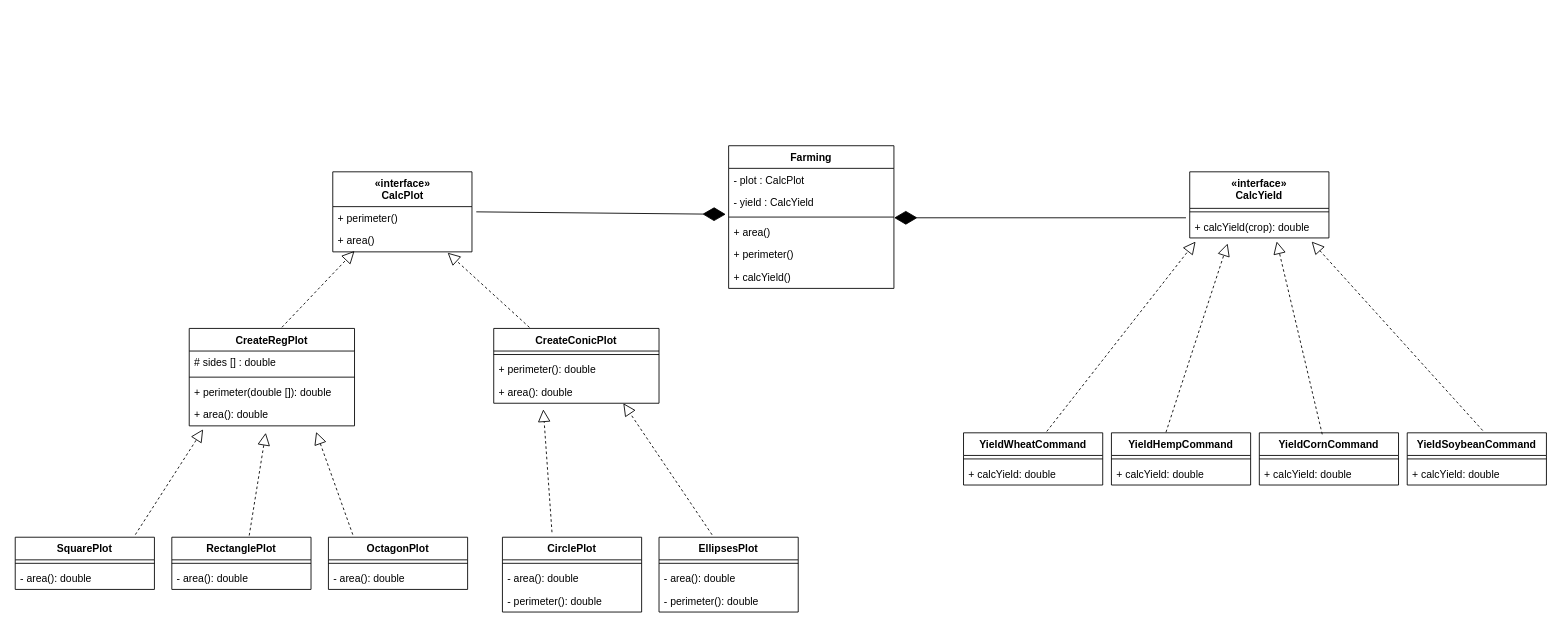
Earlier version of the draw.io diagram Farming.drawio (aulo/CISC210Draw). Source tidied: cells renumbered, new cells numbered last; positions are measured from the earlier drawing's top-left corner, leaving out a move shared by most shapes. Both pictures are drawn from the tidied source at 87%, with x=0, y=0 at pixel (15, 145).
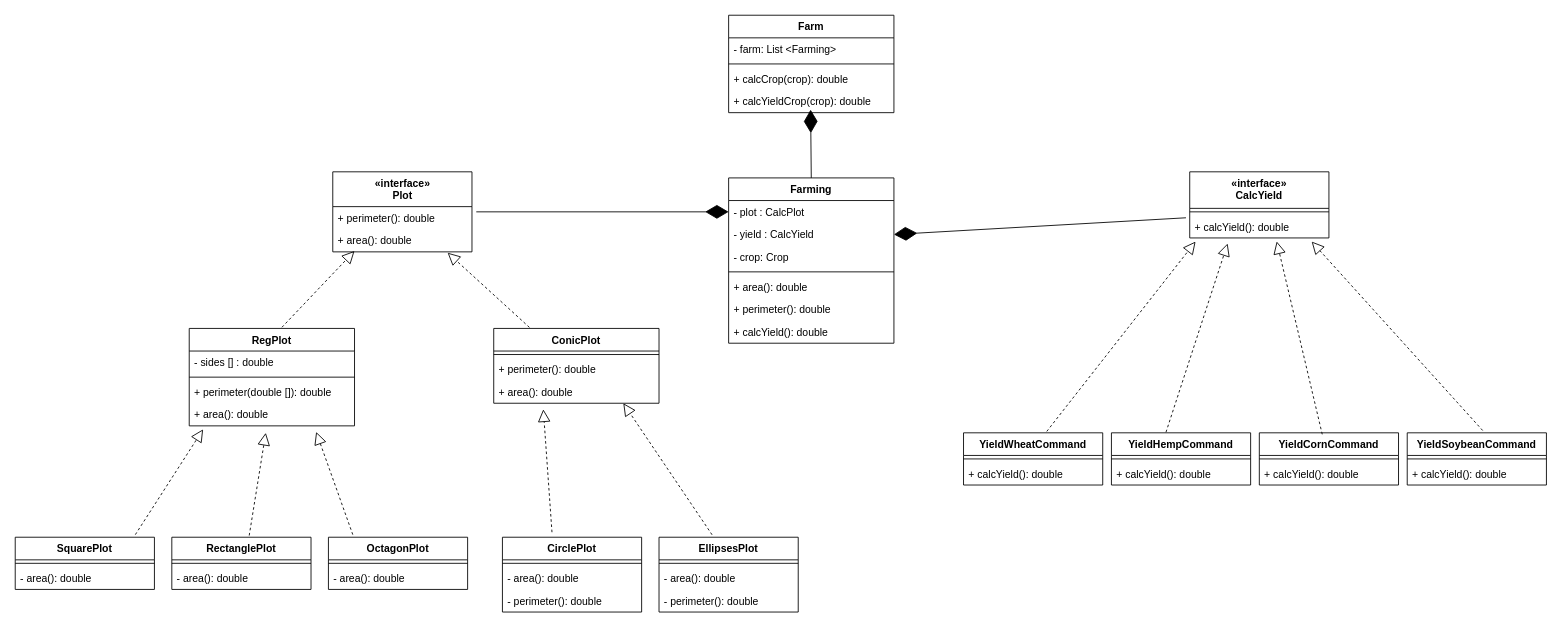
Above is the later version.

Unchanged cells that the change refers to:
```xml
<mxCell id="10" value="«interface»&#10;CalcYield" style="swimlane;fontStyle=1;align=center;verticalAlign=top;horizontal=1;startSize=42;" parent="1" vertex="1">
  <mxGeometry x="1350" y="30" width="160" height="76" as="geometry" />
</mxCell>
<mxCell id="41" value="YieldSoybeanCommand" style="swimlane;fontStyle=1;align=center;verticalAlign=top;horizontal=1;startSize=26;" parent="1" vertex="1">
  <mxGeometry x="1600" y="330" width="160" height="60" as="geometry" />
</mxCell>
<mxCell id="44" value="YieldCornCommand" style="swimlane;fontStyle=1;align=center;verticalAlign=top;horizontal=1;startSize=26;" parent="1" vertex="1">
  <mxGeometry x="1430" y="330" width="160" height="60" as="geometry" />
</mxCell>
<mxCell id="47" value="YieldHempCommand" style="swimlane;fontStyle=1;align=center;verticalAlign=top;horizontal=1;startSize=26;" parent="1" vertex="1">
  <mxGeometry x="1260" y="330" width="160" height="60" as="geometry" />
</mxCell>
<mxCell id="50" value="YieldWheatCommand" style="swimlane;fontStyle=1;align=center;verticalAlign=top;horizontal=1;startSize=26;" parent="1" vertex="1">
  <mxGeometry x="1090" y="330" width="160" height="60" as="geometry" />
</mxCell>
<mxCell id="58" value="- plot : CalcPlot" style="text;strokeColor=none;fillColor=none;align=left;verticalAlign=top;spacingLeft=4;spacingRight=4;overflow=hidden;points=[[0,0.5],[1,0.5]];portConstraint=eastwest;" parent="57" vertex="1">
  <mxGeometry y="26" width="190" height="26" as="geometry" />
</mxCell>
<mxCell id="59" value="- yield : CalcYield" style="text;strokeColor=none;fillColor=none;align=left;verticalAlign=top;spacingLeft=4;spacingRight=4;overflow=hidden;points=[[0,0.5],[1,0.5]];portConstraint=eastwest;" parent="57" vertex="1">
  <mxGeometry y="52" width="190" height="26" as="geometry" />
</mxCell>
```

What changed in the source:
```diff
@@
-    <mxCell id="2" value="«interface»&lt;br&gt;&lt;b&gt;CalcPlot&lt;/b&gt;" style="swimlane;fontStyle=1;align=center;verticalAlign=top;horizontal=1;startSize=40;html=1;swimlaneLine=1;" parent="1" vertex="1">
+    <mxCell id="2" value="«interface»&lt;br&gt;&lt;b&gt;Plot&lt;/b&gt;" style="swimlane;fontStyle=1;align=center;verticalAlign=top;horizontal=1;startSize=40;html=1;swimlaneLine=1;" parent="1" vertex="1">
       <mxGeometry x="365" y="30" width="160" height="92" as="geometry" />
     </mxCell>
-    <mxCell id="3" value="+ perimeter()" style="text;strokeColor=none;fillColor=none;align=left;verticalAlign=top;spacingLeft=4;spacingRight=4;overflow=hidden;points=[[0,0.5],[1,0.5]];portConstraint=eastwest;" parent="2" vertex="1">
+    <mxCell id="3" value="+ perimeter(): double" style="text;strokeColor=none;fillColor=none;align=left;verticalAlign=top;spacingLeft=4;spacingRight=4;overflow=hidden;points=[[0,0.5],[1,0.5]];portConstraint=eastwest;" parent="2" vertex="1">
       <mxGeometry y="40" width="160" height="26" as="geometry" />
     </mxCell>
-    <mxCell id="4" value="+ area()" style="text;strokeColor=none;fillColor=none;align=left;verticalAlign=top;spacingLeft=4;spacingRight=4;overflow=hidden;points=[[0,0.5],[1,0.5]];portConstraint=eastwest;" parent="2" vertex="1">
+    <mxCell id="4" value="+ area(): double" style="text;strokeColor=none;fillColor=none;align=left;verticalAlign=top;spacingLeft=4;spacingRight=4;overflow=hidden;points=[[0,0.5],[1,0.5]];portConstraint=eastwest;" parent="2" vertex="1">
       <mxGeometry y="66" width="160" height="26" as="geometry" />
     </mxCell>
-    <mxCell id="5" value="CreateRegPlot" style="swimlane;fontStyle=1;align=center;verticalAlign=top;horizontal=1;startSize=26;" parent="1" vertex="1">
+    <mxCell id="5" value="RegPlot" style="swimlane;fontStyle=1;align=center;verticalAlign=top;horizontal=1;startSize=26;" parent="1" vertex="1">
       <mxGeometry x="200" y="210" width="190" height="112" as="geometry" />
     </mxCell>
-    <mxCell id="6" value="# sides [] : double" style="text;strokeColor=none;fillColor=none;align=left;verticalAlign=top;spacingLeft=4;spacingRight=4;overflow=hidden;" parent="5" vertex="1">
+    <mxCell id="6" value="- sides [] : double" style="text;strokeColor=none;fillColor=none;align=left;verticalAlign=top;spacingLeft=4;spacingRight=4;overflow=hidden;" parent="5" vertex="1">
       <mxGeometry y="26" width="190" height="26" as="geometry" />
     </mxCell>
@@
-    <mxCell id="12" value="+ calcYield(crop): double" style="text;strokeColor=none;fillColor=none;align=left;verticalAlign=top;spacingLeft=4;spacingRight=4;overflow=hidden;points=[[0,0.5],[1,0.5]];portConstraint=eastwest;" parent="10" vertex="1">
+    <mxCell id="12" value="+ calcYield(): double" style="text;strokeColor=none;fillColor=none;align=left;verticalAlign=top;spacingLeft=4;spacingRight=4;overflow=hidden;points=[[0,0.5],[1,0.5]];portConstraint=eastwest;" parent="10" vertex="1">
       <mxGeometry y="50" width="160" height="26" as="geometry" />
     </mxCell>
@@
-    <mxCell id="31" value="CreateConicPlot" style="swimlane;fontStyle=1;align=center;verticalAlign=top;horizontal=1;startSize=26;" parent="1" vertex="1">
+    <mxCell id="31" value="ConicPlot" style="swimlane;fontStyle=1;align=center;verticalAlign=top;horizontal=1;startSize=26;" parent="1" vertex="1">
       <mxGeometry x="550" y="210" width="190" height="86" as="geometry" />
     </mxCell>
@@
-    <mxCell id="43" value="+ calcYield: double" style="text;strokeColor=none;fillColor=none;align=left;verticalAlign=top;spacingLeft=4;spacingRight=4;overflow=hidden;" parent="41" vertex="1">
+    <mxCell id="43" value="+ calcYield(): double" style="text;strokeColor=none;fillColor=none;align=left;verticalAlign=top;spacingLeft=4;spacingRight=4;overflow=hidden;" parent="41" vertex="1">
       <mxGeometry y="34" width="160" height="26" as="geometry" />
     </mxCell>
@@
-    <mxCell id="46" value="+ calcYield: double" style="text;strokeColor=none;fillColor=none;align=left;verticalAlign=top;spacingLeft=4;spacingRight=4;overflow=hidden;" parent="44" vertex="1">
+    <mxCell id="46" value="+ calcYield(): double" style="text;strokeColor=none;fillColor=none;align=left;verticalAlign=top;spacingLeft=4;spacingRight=4;overflow=hidden;" parent="44" vertex="1">
       <mxGeometry y="34" width="160" height="26" as="geometry" />
     </mxCell>
@@
-    <mxCell id="49" value="+ calcYield: double" style="text;strokeColor=none;fillColor=none;align=left;verticalAlign=top;spacingLeft=4;spacingRight=4;overflow=hidden;" parent="47" vertex="1">
+    <mxCell id="49" value="+ calcYield(): double" style="text;strokeColor=none;fillColor=none;align=left;verticalAlign=top;spacingLeft=4;spacingRight=4;overflow=hidden;" parent="47" vertex="1">
       <mxGeometry y="34" width="160" height="26" as="geometry" />
     </mxCell>
@@
-    <mxCell id="52" value="+ calcYield: double" style="text;strokeColor=none;fillColor=none;align=left;verticalAlign=top;spacingLeft=4;spacingRight=4;overflow=hidden;" parent="50" vertex="1">
+    <mxCell id="52" value="+ calcYield(): double" style="text;strokeColor=none;fillColor=none;align=left;verticalAlign=top;spacingLeft=4;spacingRight=4;overflow=hidden;" parent="50" vertex="1">
       <mxGeometry y="34" width="160" height="26" as="geometry" />
     </mxCell>
@@
     <mxCell id="57" value="Farming" style="swimlane;fontStyle=1;align=center;verticalAlign=top;horizontal=1;startSize=26;" parent="1" vertex="1">
-      <mxGeometry x="820" width="190" height="164" as="geometry" />
+      <mxGeometry x="820" y="37" width="190" height="190" as="geometry" />
     </mxCell>
@@
+    <mxCell id="66" value="- crop: Crop" style="text;strokeColor=none;fillColor=none;align=left;verticalAlign=top;spacingLeft=4;spacingRight=4;overflow=hidden;" parent="57" vertex="1">
+      <mxGeometry y="78" width="190" height="26" as="geometry" />
+    </mxCell>
     <mxCell id="60" style="line;strokeWidth=1;fillColor=none;align=left;verticalAlign=middle;spacingTop=-1;spacingLeft=3;spacingRight=3;labelPosition=right;" parent="57" vertex="1">
-      <mxGeometry y="78" width="190" height="8" as="geometry" />
+      <mxGeometry y="104" width="190" height="8" as="geometry" />
     </mxCell>
-    <mxCell id="61" value="+ area()" style="text;strokeColor=none;fillColor=none;align=left;verticalAlign=top;spacingLeft=4;spacingRight=4;overflow=hidden;points=[[0,0.5],[1,0.5]];portConstraint=eastwest;" parent="57" vertex="1">
-      <mxGeometry y="86" width="190" height="26" as="geometry" />
+    <mxCell id="61" value="+ area(): double" style="text;strokeColor=none;fillColor=none;align=left;verticalAlign=top;spacingLeft=4;spacingRight=4;overflow=hidden;points=[[0,0.5],[1,0.5]];portConstraint=eastwest;" parent="57" vertex="1">
+      <mxGeometry y="112" width="190" height="26" as="geometry" />
     </mxCell>
-    <mxCell id="62" value="+ perimeter()" style="text;strokeColor=none;fillColor=none;align=left;verticalAlign=top;spacingLeft=4;spacingRight=4;overflow=hidden;" parent="57" vertex="1">
-      <mxGeometry y="112" width="190" height="26" as="geometry" />
+    <mxCell id="62" value="+ perimeter(): double" style="text;strokeColor=none;fillColor=none;align=left;verticalAlign=top;spacingLeft=4;spacingRight=4;overflow=hidden;" parent="57" vertex="1">
+      <mxGeometry y="138" width="190" height="26" as="geometry" />
     </mxCell>
-    <mxCell id="63" value="+ calcYield()" style="text;strokeColor=none;fillColor=none;align=left;verticalAlign=top;spacingLeft=4;spacingRight=4;overflow=hidden;" parent="57" vertex="1">
-      <mxGeometry y="138" width="190" height="26" as="geometry" />
+    <mxCell id="63" value="+ calcYield(): double" style="text;strokeColor=none;fillColor=none;align=left;verticalAlign=top;spacingLeft=4;spacingRight=4;overflow=hidden;" parent="57" vertex="1">
+      <mxGeometry y="164" width="190" height="26" as="geometry" />
     </mxCell>
-    <mxCell id="64" style="endArrow=diamondThin;endFill=1;endSize=24;html=1;exitX=1.031;exitY=0.231;exitDx=0;exitDy=0;exitPerimeter=0;entryX=-0.017;entryY=1.032;entryDx=0;entryDy=0;entryPerimeter=0;" parent="1" edge="1" source="3" target="59">
+    <mxCell id="64" style="endArrow=diamondThin;endFill=1;endSize=24;html=1;exitX=1.031;exitY=0.231;exitDx=0;exitDy=0;exitPerimeter=0;entryX=0;entryY=0.5;entryDx=0;entryDy=0;" parent="1" edge="1" source="3" target="58">
       <mxGeometry relative="1" as="geometry" />
     </mxCell>
-    <mxCell id="65" style="endArrow=diamondThin;endFill=1;endSize=24;html=1;exitX=-0.027;exitY=0.109;exitDx=0;exitDy=0;exitPerimeter=0;entryX=1.001;entryY=-0.122;entryDx=0;entryDy=0;entryPerimeter=0;" parent="1" edge="1" source="12" target="61">
+    <mxCell id="65" style="endArrow=diamondThin;endFill=1;endSize=24;html=1;exitX=-0.027;exitY=0.109;exitDx=0;exitDy=0;exitPerimeter=0;entryX=1;entryY=0.5;entryDx=0;entryDy=0;" parent="1" edge="1" source="12" target="59">
       <mxGeometry relative="1" as="geometry" />
     </mxCell>
+    <mxCell id="67" value="Farm" style="swimlane;fontStyle=1;align=center;verticalAlign=top;horizontal=1;startSize=26;" parent="1" vertex="1">
+      <mxGeometry x="820" y="-150" width="190" height="112" as="geometry" />
+    </mxCell>
+    <mxCell id="68" value="- farm: List &lt;Farming&gt;" style="text;strokeColor=none;fillColor=none;align=left;verticalAlign=top;spacingLeft=4;spacingRight=4;overflow=hidden;" parent="67" vertex="1">
+      <mxGeometry y="26" width="190" height="26" as="geometry" />
+    </mxCell>
+    <mxCell id="69" style="line;strokeWidth=1;fillColor=none;align=left;verticalAlign=middle;spacingTop=-1;spacingLeft=3;spacingRight=3;labelPosition=right;" parent="67" vertex="1">
+      <mxGeometry y="52" width="190" height="8" as="geometry" />
+    </mxCell>
+    <mxCell id="70" value="+ calcCrop(crop): double" style="text;strokeColor=none;fillColor=none;align=left;verticalAlign=top;spacingLeft=4;spacingRight=4;overflow=hidden;" parent="67" vertex="1">
+      <mxGeometry y="60" width="190" height="26" as="geometry" />
+    </mxCell>
+    <mxCell id="71" value="+ calcYieldCrop(crop): double" style="text;strokeColor=none;fillColor=none;align=left;verticalAlign=top;spacingLeft=4;spacingRight=4;overflow=hidden;points=[[0,0.5],[1,0.5]];portConstraint=eastwest;" parent="67" vertex="1">
+      <mxGeometry y="86" width="190" height="26" as="geometry" />
+    </mxCell>
+    <mxCell id="72" style="endArrow=diamondThin;endFill=1;endSize=24;html=1;exitX=0.5;exitY=0;exitDx=0;exitDy=0;entryX=0.496;entryY=0.868;entryDx=0;entryDy=0;entryPerimeter=0;" parent="1" edge="1" source="57" target="71">
+      <mxGeometry relative="1" as="geometry" />
+    </mxCell>
```
